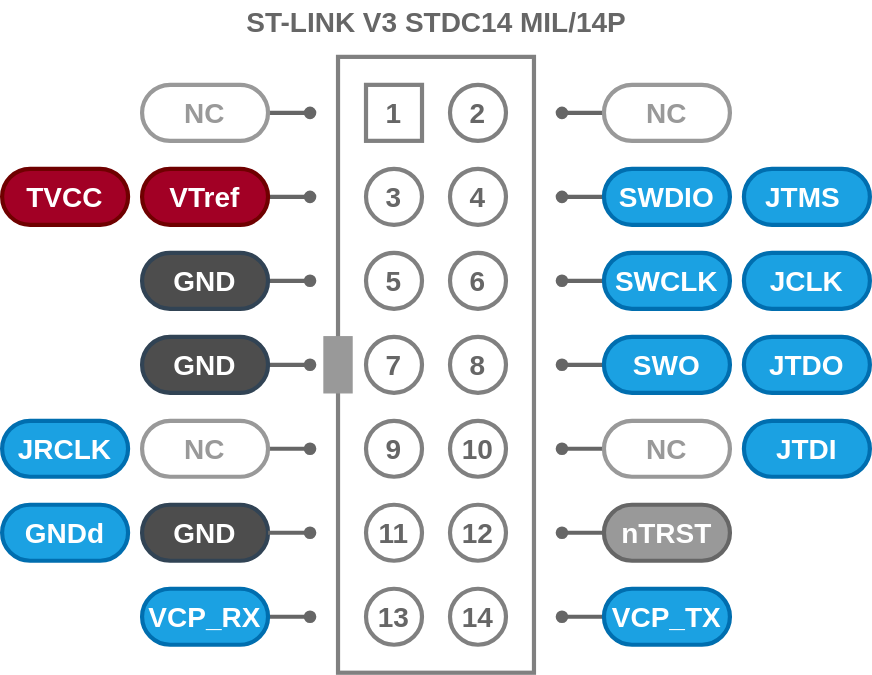
This is svg/STLINKV3-M14P.drawio.svg from askn37/askn37.github.io, a draw.io export, as it was before one commit. Source tidied: cells renumbered, new cells last; positions are measured from the earlier drawing's top-left corner, leaving out a move shared by most shapes. Source of this version:
```xml
<mxGraphModel>
  <root>
    <mxCell id="0" />
    <mxCell id="1" parent="0" />
    <mxCell id="2" style="rounded=0;whiteSpace=wrap;html=1;labelBackgroundColor=#663300;fontSize=20;fontColor=#FFFFFF;strokeColor=#808080;strokeWidth=3;fillColor=none;" parent="1" vertex="1">
      <mxGeometry x="240" y="40" width="140" height="440" as="geometry" />
    </mxCell>
    <mxCell id="3" value="2" style="ellipse;whiteSpace=wrap;html=1;strokeWidth=3;strokeColor=#808080;fontSize=20;fontStyle=1;rounded=1;fontColor=#666666;fillColor=none;" parent="1" vertex="1">
      <mxGeometry x="320" y="60" width="40" height="40" as="geometry" />
    </mxCell>
    <mxCell id="4" value="1" style="whiteSpace=wrap;html=1;strokeWidth=3;strokeColor=#808080;fontStyle=1;fontSize=20;rounded=0;fontColor=#666666;fillColor=none;" parent="1" vertex="1">
      <mxGeometry x="260" y="60" width="40" height="40" as="geometry" />
    </mxCell>
    <mxCell id="5" value="3" style="ellipse;whiteSpace=wrap;html=1;strokeColor=#808080;strokeWidth=3;fontSize=20;fontStyle=1;rounded=1;fontColor=#666666;fillColor=none;" parent="1" vertex="1">
      <mxGeometry x="260" y="120" width="40" height="40" as="geometry" />
    </mxCell>
    <mxCell id="6" value="4" style="ellipse;whiteSpace=wrap;html=1;strokeColor=#808080;strokeWidth=3;fontStyle=1;fontSize=20;rounded=1;fontColor=#666666;fillColor=none;" parent="1" vertex="1">
      <mxGeometry x="320" y="120" width="40" height="40" as="geometry" />
    </mxCell>
    <mxCell id="7" value="5" style="ellipse;whiteSpace=wrap;html=1;strokeWidth=3;strokeColor=#808080;fontStyle=1;fontSize=20;rounded=1;fontColor=#666666;fillColor=none;" parent="1" vertex="1">
      <mxGeometry x="260" y="180" width="40" height="40" as="geometry" />
    </mxCell>
    <mxCell id="8" value="6" style="ellipse;whiteSpace=wrap;html=1;strokeColor=#808080;strokeWidth=3;fontStyle=1;fontSize=20;rounded=1;fontColor=#666666;fillColor=none;" parent="1" vertex="1">
      <mxGeometry x="320" y="180" width="40" height="40" as="geometry" />
    </mxCell>
    <mxCell id="9" style="edgeStyle=none;html=1;fontSize=20;fontColor=#FFFFFF;startArrow=none;startFill=0;endArrow=oval;endFill=1;strokeColor=#666666;strokeWidth=3;" parent="1" edge="1">
      <mxGeometry relative="1" as="geometry">
        <mxPoint x="430" y="80" as="sourcePoint" />
        <mxPoint x="400" y="80" as="targetPoint" />
      </mxGeometry>
    </mxCell>
    <mxCell id="10" style="edgeStyle=none;html=1;fontSize=20;fontColor=#FFFFFF;startArrow=none;startFill=0;endArrow=oval;endFill=1;strokeColor=#666666;strokeWidth=3;" parent="1" edge="1">
      <mxGeometry relative="1" as="geometry">
        <mxPoint x="430" y="140" as="sourcePoint" />
        <mxPoint x="400" y="140" as="targetPoint" />
      </mxGeometry>
    </mxCell>
    <mxCell id="11" style="edgeStyle=none;html=1;fontSize=20;fontColor=#FFFFFF;startArrow=none;startFill=0;endArrow=oval;endFill=1;strokeColor=#666666;strokeWidth=3;" parent="1" edge="1">
      <mxGeometry relative="1" as="geometry">
        <mxPoint x="430" y="200" as="sourcePoint" />
        <mxPoint x="400" y="200" as="targetPoint" />
      </mxGeometry>
    </mxCell>
    <mxCell id="12" style="html=1;exitX=1;exitY=0.5;exitDx=0;exitDy=0;fontSize=20;fontColor=#FFFFFF;strokeWidth=3;strokeColor=#666666;startArrow=none;startFill=0;endArrow=oval;endFill=1;" parent="1" edge="1">
      <mxGeometry relative="1" as="geometry">
        <mxPoint x="190" y="80" as="sourcePoint" />
        <mxPoint x="220" y="80" as="targetPoint" />
      </mxGeometry>
    </mxCell>
    <mxCell id="13" style="edgeStyle=none;html=1;exitX=1;exitY=0.5;exitDx=0;exitDy=0;fontSize=20;fontColor=#FFFFFF;startArrow=none;startFill=0;endArrow=oval;endFill=1;strokeColor=#666666;strokeWidth=3;" parent="1" edge="1">
      <mxGeometry relative="1" as="geometry">
        <mxPoint x="190" y="140" as="sourcePoint" />
        <mxPoint x="220" y="140" as="targetPoint" />
      </mxGeometry>
    </mxCell>
    <mxCell id="14" style="edgeStyle=none;html=1;fontSize=20;fontColor=#FFFFFF;startArrow=none;startFill=0;endArrow=oval;endFill=1;strokeColor=#666666;strokeWidth=3;" parent="1" edge="1">
      <mxGeometry relative="1" as="geometry">
        <mxPoint x="190" y="200" as="sourcePoint" />
        <mxPoint x="220" y="200" as="targetPoint" />
      </mxGeometry>
    </mxCell>
    <mxCell id="15" value="ST-LINK V3 STDC14 MIL/14P" style="text;html=1;align=center;verticalAlign=middle;strokeColor=none;fillColor=none;fontSize=20;fontColor=#666666;fontStyle=1;" parent="1" vertex="1">
      <mxGeometry x="165" width="290" height="30" as="geometry" />
    </mxCell>
    <mxCell id="16" style="rounded=0;whiteSpace=wrap;html=1;fillColor=#999999;strokeColor=#999999;" parent="1" vertex="1">
      <mxGeometry x="230" y="240" width="20" height="40" as="geometry" />
    </mxCell>
    <mxCell id="17" value="7" style="ellipse;whiteSpace=wrap;html=1;strokeWidth=3;strokeColor=#808080;fontStyle=1;fontSize=20;rounded=1;fontColor=#666666;fillColor=none;" parent="1" vertex="1">
      <mxGeometry x="260" y="240" width="40" height="40" as="geometry" />
    </mxCell>
    <mxCell id="18" value="8" style="ellipse;whiteSpace=wrap;html=1;strokeWidth=3;strokeColor=#808080;fontStyle=1;fontSize=20;rounded=1;fontColor=#666666;fillColor=none;" parent="1" vertex="1">
      <mxGeometry x="320" y="240" width="40" height="40" as="geometry" />
    </mxCell>
    <mxCell id="19" value="9" style="ellipse;whiteSpace=wrap;html=1;strokeWidth=3;strokeColor=#808080;fontStyle=1;fontSize=20;rounded=1;fontColor=#666666;fillColor=none;" parent="1" vertex="1">
      <mxGeometry x="260" y="300" width="40" height="40" as="geometry" />
    </mxCell>
    <mxCell id="20" value="10" style="ellipse;whiteSpace=wrap;html=1;strokeWidth=3;strokeColor=#808080;fontStyle=1;fontSize=20;rounded=1;fontColor=#666666;fillColor=none;" parent="1" vertex="1">
      <mxGeometry x="320" y="300" width="40" height="40" as="geometry" />
    </mxCell>
    <mxCell id="21" value="VTref" style="rounded=1;whiteSpace=wrap;html=1;fontSize=20;strokeWidth=3;fontStyle=1;fillColor=#a20025;strokeColor=#6F0000;fontColor=#ffffff;arcSize=50;" parent="1" vertex="1">
      <mxGeometry x="100" y="120" width="90" height="40" as="geometry" />
    </mxCell>
    <mxCell id="22" value="NC" style="rounded=1;whiteSpace=wrap;html=1;fontSize=20;strokeWidth=3;fontStyle=1;fillColor=none;strokeColor=#999999;fontColor=#999999;arcSize=50;" parent="1" vertex="1">
      <mxGeometry x="430" y="60" width="90" height="40" as="geometry" />
    </mxCell>
    <mxCell id="23" style="edgeStyle=none;html=1;fontSize=20;fontColor=#FFFFFF;startArrow=none;startFill=0;endArrow=oval;endFill=1;strokeColor=#666666;strokeWidth=3;" parent="1" edge="1">
      <mxGeometry relative="1" as="geometry">
        <mxPoint x="430" y="260" as="sourcePoint" />
        <mxPoint x="400" y="260" as="targetPoint" />
      </mxGeometry>
    </mxCell>
    <mxCell id="24" style="edgeStyle=none;html=1;fontSize=20;fontColor=#FFFFFF;startArrow=none;startFill=0;endArrow=oval;endFill=1;strokeColor=#666666;strokeWidth=3;" parent="1" edge="1">
      <mxGeometry relative="1" as="geometry">
        <mxPoint x="430" y="320" as="sourcePoint" />
        <mxPoint x="400" y="320" as="targetPoint" />
      </mxGeometry>
    </mxCell>
    <mxCell id="25" style="edgeStyle=none;html=1;fontSize=20;fontColor=#FFFFFF;startArrow=none;startFill=0;endArrow=oval;endFill=1;strokeColor=#666666;strokeWidth=3;" parent="1" edge="1">
      <mxGeometry relative="1" as="geometry">
        <mxPoint x="190" y="260" as="sourcePoint" />
        <mxPoint x="220" y="260" as="targetPoint" />
      </mxGeometry>
    </mxCell>
    <mxCell id="26" style="edgeStyle=none;html=1;fontSize=20;fontColor=#FFFFFF;startArrow=none;startFill=0;endArrow=oval;endFill=1;strokeColor=#666666;strokeWidth=3;" parent="1" edge="1">
      <mxGeometry relative="1" as="geometry">
        <mxPoint x="190" y="320" as="sourcePoint" />
        <mxPoint x="220" y="320" as="targetPoint" />
      </mxGeometry>
    </mxCell>
    <mxCell id="27" value="GND" style="rounded=1;whiteSpace=wrap;html=1;fontSize=20;strokeWidth=3;fontStyle=1;fillColor=#4D4D4D;strokeColor=#314354;fontColor=#ffffff;arcSize=50;" parent="1" vertex="1">
      <mxGeometry x="100" y="360" width="90" height="40" as="geometry" />
    </mxCell>
    <mxCell id="28" value="GND" style="rounded=1;whiteSpace=wrap;html=1;fontSize=20;strokeWidth=3;fontStyle=1;fillColor=#4D4D4D;strokeColor=#314354;fontColor=#ffffff;arcSize=50;" parent="1" vertex="1">
      <mxGeometry x="100" y="240" width="90" height="40" as="geometry" />
    </mxCell>
    <mxCell id="29" value="GND" style="rounded=1;whiteSpace=wrap;html=1;fontSize=20;strokeWidth=3;fontStyle=1;fillColor=#4D4D4D;strokeColor=#314354;fontColor=#ffffff;arcSize=50;" parent="1" vertex="1">
      <mxGeometry x="100" y="180" width="90" height="40" as="geometry" />
    </mxCell>
    <mxCell id="30" value="SWCLK" style="rounded=1;whiteSpace=wrap;html=1;fontSize=20;strokeWidth=3;fontStyle=1;fillColor=#1ba1e2;strokeColor=#006EAF;fontColor=#ffffff;arcSize=50;" parent="1" vertex="1">
      <mxGeometry x="430" y="180" width="90" height="40" as="geometry" />
    </mxCell>
    <mxCell id="31" value="SWDIO" style="rounded=1;whiteSpace=wrap;html=1;fontSize=20;strokeWidth=3;fontStyle=1;fillColor=#1ba1e2;strokeColor=#006EAF;fontColor=#ffffff;arcSize=50;" parent="1" vertex="1">
      <mxGeometry x="430" y="120" width="90" height="40" as="geometry" />
    </mxCell>
    <mxCell id="32" value="SWO" style="rounded=1;whiteSpace=wrap;html=1;fontSize=20;strokeWidth=3;fontStyle=1;fillColor=#1ba1e2;strokeColor=#006EAF;fontColor=#ffffff;arcSize=50;" parent="1" vertex="1">
      <mxGeometry x="430" y="240" width="90" height="40" as="geometry" />
    </mxCell>
    <mxCell id="33" value="nTRST" style="rounded=1;whiteSpace=wrap;html=1;fontSize=20;strokeWidth=3;fontStyle=1;fillColor=#999999;strokeColor=#666666;fontColor=#ffffff;arcSize=50;" parent="1" vertex="1">
      <mxGeometry x="430" y="360" width="90" height="40" as="geometry" />
    </mxCell>
    <mxCell id="34" value="11" style="ellipse;whiteSpace=wrap;html=1;strokeWidth=3;strokeColor=#808080;fontStyle=1;fontSize=20;rounded=1;fontColor=#666666;fillColor=none;" parent="1" vertex="1">
      <mxGeometry x="260" y="360" width="40" height="40" as="geometry" />
    </mxCell>
    <mxCell id="35" value="12" style="ellipse;whiteSpace=wrap;html=1;strokeWidth=3;strokeColor=#808080;fontStyle=1;fontSize=20;rounded=1;fontColor=#666666;fillColor=none;" parent="1" vertex="1">
      <mxGeometry x="320" y="360" width="40" height="40" as="geometry" />
    </mxCell>
    <mxCell id="36" value="13" style="ellipse;whiteSpace=wrap;html=1;strokeWidth=3;strokeColor=#808080;fontStyle=1;fontSize=20;rounded=1;fontColor=#666666;fillColor=none;" parent="1" vertex="1">
      <mxGeometry x="260" y="420" width="40" height="40" as="geometry" />
    </mxCell>
    <mxCell id="37" value="14" style="ellipse;whiteSpace=wrap;html=1;strokeWidth=3;strokeColor=#808080;fontStyle=1;fontSize=20;rounded=1;fontColor=#666666;fillColor=none;" parent="1" vertex="1">
      <mxGeometry x="320" y="420" width="40" height="40" as="geometry" />
    </mxCell>
    <mxCell id="38" style="edgeStyle=none;html=1;fontSize=20;fontColor=#FFFFFF;startArrow=none;startFill=0;endArrow=oval;endFill=1;strokeColor=#666666;strokeWidth=3;" parent="1" edge="1">
      <mxGeometry relative="1" as="geometry">
        <mxPoint x="430" y="380" as="sourcePoint" />
        <mxPoint x="400" y="380" as="targetPoint" />
      </mxGeometry>
    </mxCell>
    <mxCell id="39" style="edgeStyle=none;html=1;fontSize=20;fontColor=#FFFFFF;startArrow=none;startFill=0;endArrow=oval;endFill=1;strokeColor=#666666;strokeWidth=3;" parent="1" edge="1">
      <mxGeometry relative="1" as="geometry">
        <mxPoint x="430" y="440" as="sourcePoint" />
        <mxPoint x="400" y="440" as="targetPoint" />
      </mxGeometry>
    </mxCell>
    <mxCell id="40" style="edgeStyle=none;html=1;fontSize=20;fontColor=#FFFFFF;startArrow=none;startFill=0;endArrow=oval;endFill=1;strokeColor=#666666;strokeWidth=3;" parent="1" edge="1">
      <mxGeometry relative="1" as="geometry">
        <mxPoint x="190" y="380" as="sourcePoint" />
        <mxPoint x="220" y="380" as="targetPoint" />
      </mxGeometry>
    </mxCell>
    <mxCell id="41" style="edgeStyle=none;html=1;fontSize=20;fontColor=#FFFFFF;startArrow=none;startFill=0;endArrow=oval;endFill=1;strokeColor=#666666;strokeWidth=3;" parent="1" edge="1">
      <mxGeometry relative="1" as="geometry">
        <mxPoint x="190" y="440" as="sourcePoint" />
        <mxPoint x="220" y="440" as="targetPoint" />
      </mxGeometry>
    </mxCell>
    <mxCell id="42" value="NC" style="rounded=1;whiteSpace=wrap;html=1;fontSize=20;strokeWidth=3;fontStyle=1;fillColor=none;strokeColor=#999999;fontColor=#999999;arcSize=50;" parent="1" vertex="1">
      <mxGeometry x="100" y="60" width="90" height="40" as="geometry" />
    </mxCell>
    <mxCell id="43" value="JRCLK" style="rounded=1;whiteSpace=wrap;html=1;fontSize=20;strokeWidth=3;fontStyle=1;fillColor=#1ba1e2;strokeColor=#006EAF;fontColor=#ffffff;arcSize=50;" parent="1" vertex="1">
      <mxGeometry y="300" width="90" height="40" as="geometry" />
    </mxCell>
    <mxCell id="44" value="JTDI" style="rounded=1;whiteSpace=wrap;html=1;fontSize=20;strokeWidth=3;fontStyle=1;fillColor=#1ba1e2;strokeColor=#006EAF;fontColor=#ffffff;arcSize=50;" parent="1" vertex="1">
      <mxGeometry x="530" y="300" width="90" height="40" as="geometry" />
    </mxCell>
    <mxCell id="45" value="VCP_RX" style="rounded=1;whiteSpace=wrap;html=1;fontSize=20;strokeWidth=3;fontStyle=1;fillColor=#1ba1e2;strokeColor=#006EAF;fontColor=#ffffff;arcSize=50;" parent="1" vertex="1">
      <mxGeometry x="100" y="420" width="90" height="40" as="geometry" />
    </mxCell>
    <mxCell id="46" value="VCP_TX" style="rounded=1;whiteSpace=wrap;html=1;fontSize=20;strokeWidth=3;fontStyle=1;fillColor=#1ba1e2;strokeColor=#006EAF;fontColor=#ffffff;arcSize=50;glass=0;sketch=0;shadow=0;" parent="1" vertex="1">
      <mxGeometry x="430" y="420" width="90" height="40" as="geometry" />
    </mxCell>
    <mxCell id="47" value="JTDO" style="rounded=1;whiteSpace=wrap;html=1;fontSize=20;strokeWidth=3;fontStyle=1;fillColor=#1ba1e2;strokeColor=#006EAF;fontColor=#ffffff;arcSize=50;" parent="1" vertex="1">
      <mxGeometry x="530" y="240" width="90" height="40" as="geometry" />
    </mxCell>
    <mxCell id="48" value="NC" style="rounded=1;whiteSpace=wrap;html=1;fontSize=20;strokeWidth=3;fontStyle=1;fillColor=none;strokeColor=#999999;fontColor=#999999;arcSize=50;" parent="1" vertex="1">
      <mxGeometry x="430" y="300" width="90" height="40" as="geometry" />
    </mxCell>
    <mxCell id="49" value="JTMS&lt;span style=&quot;color: rgba(0 , 0 , 0 , 0) ; font-family: monospace ; font-size: 0px ; font-weight: 400&quot;&gt;%3CmxGraphModel%3E%3Croot%3E%3CmxCell%20id%3D%220%22%2F%3E%3CmxCell%20id%3D%221%22%20parent%3D%220%22%2F%3E%3CmxCell%20id%3D%222%22%20value%3D%22JTDO%22%20style%3D%22rounded%3D1%3BwhiteSpace%3Dwrap%3Bhtml%3D1%3BfontSize%3D20%3BstrokeWidth%3D3%3BfontStyle%3D1%3BfillColor%3D%231ba1e2%3BstrokeColor%3D%23006EAF%3BfontColor%3D%23ffffff%3BarcSize%3D50%3B%22%20vertex%3D%221%22%20parent%3D%221%22%3E%3CmxGeometry%20x%3D%22450%22%20y%3D%22260%22%20width%3D%2290%22%20height%3D%2240%22%20as%3D%22geometry%22%2F%3E%3C%2FmxCell%3E%3C%2Froot%3E%3C%2FmxGraphModel%3E&lt;/span&gt;" style="rounded=1;whiteSpace=wrap;html=1;fontSize=20;strokeWidth=3;fontStyle=1;fillColor=#1ba1e2;strokeColor=#006EAF;fontColor=#ffffff;arcSize=50;" parent="1" vertex="1">
      <mxGeometry x="530" y="120" width="90" height="40" as="geometry" />
    </mxCell>
    <mxCell id="50" value="JCLK" style="rounded=1;whiteSpace=wrap;html=1;fontSize=20;strokeWidth=3;fontStyle=1;fillColor=#1ba1e2;strokeColor=#006EAF;fontColor=#ffffff;arcSize=50;" parent="1" vertex="1">
      <mxGeometry x="530" y="180" width="90" height="40" as="geometry" />
    </mxCell>
    <mxCell id="51" value="NC" style="rounded=1;whiteSpace=wrap;html=1;fontSize=20;strokeWidth=3;fontStyle=1;fillColor=none;strokeColor=#999999;fontColor=#999999;arcSize=50;" parent="1" vertex="1">
      <mxGeometry x="100" y="300" width="90" height="40" as="geometry" />
    </mxCell>
    <mxCell id="52" value="GNDd" style="rounded=1;whiteSpace=wrap;html=1;fontSize=20;strokeWidth=3;fontStyle=1;fillColor=#1ba1e2;strokeColor=#006EAF;fontColor=#ffffff;arcSize=50;" parent="1" vertex="1">
      <mxGeometry y="360" width="90" height="40" as="geometry" />
    </mxCell>
    <mxCell id="53" value="TVCC" style="rounded=1;whiteSpace=wrap;html=1;fontSize=20;strokeWidth=3;fontStyle=1;fillColor=#a20025;strokeColor=#6F0000;fontColor=#ffffff;arcSize=50;" parent="1" vertex="1">
      <mxGeometry y="120" width="90" height="40" as="geometry" />
    </mxCell>
  </root>
</mxGraphModel>
```
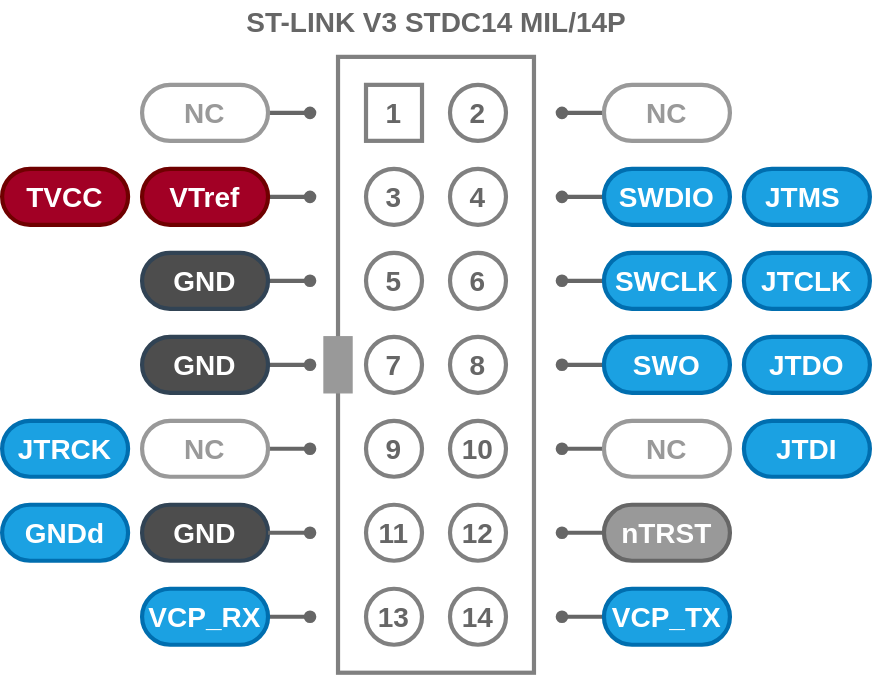
After the change.

What changed in the source:
```diff
@@ -167,7 +167,7 @@
     <mxCell id="42" value="NC" style="rounded=1;whiteSpace=wrap;html=1;fontSize=20;strokeWidth=3;fontStyle=1;fillColor=none;strokeColor=#999999;fontColor=#999999;arcSize=50;" parent="1" vertex="1">
       <mxGeometry x="100" y="60" width="90" height="40" as="geometry" />
     </mxCell>
-    <mxCell id="43" value="JRCLK" style="rounded=1;whiteSpace=wrap;html=1;fontSize=20;strokeWidth=3;fontStyle=1;fillColor=#1ba1e2;strokeColor=#006EAF;fontColor=#ffffff;arcSize=50;" parent="1" vertex="1">
+    <mxCell id="43" value="JTRCK" style="rounded=1;whiteSpace=wrap;html=1;fontSize=20;strokeWidth=3;fontStyle=1;fillColor=#1ba1e2;strokeColor=#006EAF;fontColor=#ffffff;arcSize=50;" parent="1" vertex="1">
       <mxGeometry y="300" width="90" height="40" as="geometry" />
     </mxCell>
     <mxCell id="44" value="JTDI" style="rounded=1;whiteSpace=wrap;html=1;fontSize=20;strokeWidth=3;fontStyle=1;fillColor=#1ba1e2;strokeColor=#006EAF;fontColor=#ffffff;arcSize=50;" parent="1" vertex="1">
@@ -176,7 +176,7 @@
     <mxCell id="45" value="VCP_RX" style="rounded=1;whiteSpace=wrap;html=1;fontSize=20;strokeWidth=3;fontStyle=1;fillColor=#1ba1e2;strokeColor=#006EAF;fontColor=#ffffff;arcSize=50;" parent="1" vertex="1">
       <mxGeometry x="100" y="420" width="90" height="40" as="geometry" />
     </mxCell>
-    <mxCell id="46" value="VCP_TX" style="rounded=1;whiteSpace=wrap;html=1;fontSize=20;strokeWidth=3;fontStyle=1;fillColor=#1ba1e2;strokeColor=#006EAF;fontColor=#ffffff;arcSize=50;glass=0;sketch=0;shadow=0;" parent="1" vertex="1">
+    <mxCell id="46" value="VCP_TX" style="rounded=1;whiteSpace=wrap;html=1;fontSize=20;strokeWidth=3;fontStyle=1;fillColor=#1ba1e2;strokeColor=#006EAF;fontColor=#ffffff;arcSize=50;glass=0;sketch=0;" parent="1" vertex="1">
       <mxGeometry x="430" y="420" width="90" height="40" as="geometry" />
     </mxCell>
     <mxCell id="47" value="JTDO" style="rounded=1;whiteSpace=wrap;html=1;fontSize=20;strokeWidth=3;fontStyle=1;fillColor=#1ba1e2;strokeColor=#006EAF;fontColor=#ffffff;arcSize=50;" parent="1" vertex="1">
@@ -188,7 +188,7 @@
     <mxCell id="49" value="JTMS&lt;span style=&quot;color: rgba(0 , 0 , 0 , 0) ; font-family: monospace ; font-size: 0px ; font-weight: 400&quot;&gt;%3CmxGraphModel%3E%3Croot%3E%3CmxCell%20id%3D%220%22%2F%3E%3CmxCell%20id%3D%221%22%20parent%3D%220%22%2F%3E%3CmxCell%20id%3D%222%22%20value%3D%22JTDO%22%20style%3D%22rounded%3D1%3BwhiteSpace%3Dwrap%3Bhtml%3D1%3BfontSize%3D20%3BstrokeWidth%3D3%3BfontStyle%3D1%3BfillColor%3D%231ba1e2%3BstrokeColor%3D%23006EAF%3BfontColor%3D%23ffffff%3BarcSize%3D50%3B%22%20vertex%3D%221%22%20parent%3D%221%22%3E%3CmxGeometry%20x%3D%22450%22%20y%3D%22260%22%20width%3D%2290%22%20height%3D%2240%22%20as%3D%22geometry%22%2F%3E%3C%2FmxCell%3E%3C%2Froot%3E%3C%2FmxGraphModel%3E&lt;/span&gt;" style="rounded=1;whiteSpace=wrap;html=1;fontSize=20;strokeWidth=3;fontStyle=1;fillColor=#1ba1e2;strokeColor=#006EAF;fontColor=#ffffff;arcSize=50;" parent="1" vertex="1">
       <mxGeometry x="530" y="120" width="90" height="40" as="geometry" />
     </mxCell>
-    <mxCell id="50" value="JCLK" style="rounded=1;whiteSpace=wrap;html=1;fontSize=20;strokeWidth=3;fontStyle=1;fillColor=#1ba1e2;strokeColor=#006EAF;fontColor=#ffffff;arcSize=50;" parent="1" vertex="1">
+    <mxCell id="50" value="JTCLK" style="rounded=1;whiteSpace=wrap;html=1;fontSize=20;strokeWidth=3;fontStyle=1;fillColor=#1ba1e2;strokeColor=#006EAF;fontColor=#ffffff;arcSize=50;" parent="1" vertex="1">
       <mxGeometry x="530" y="180" width="90" height="40" as="geometry" />
     </mxCell>
     <mxCell id="51" value="NC" style="rounded=1;whiteSpace=wrap;html=1;fontSize=20;strokeWidth=3;fontStyle=1;fillColor=none;strokeColor=#999999;fontColor=#999999;arcSize=50;" parent="1" vertex="1">
```
